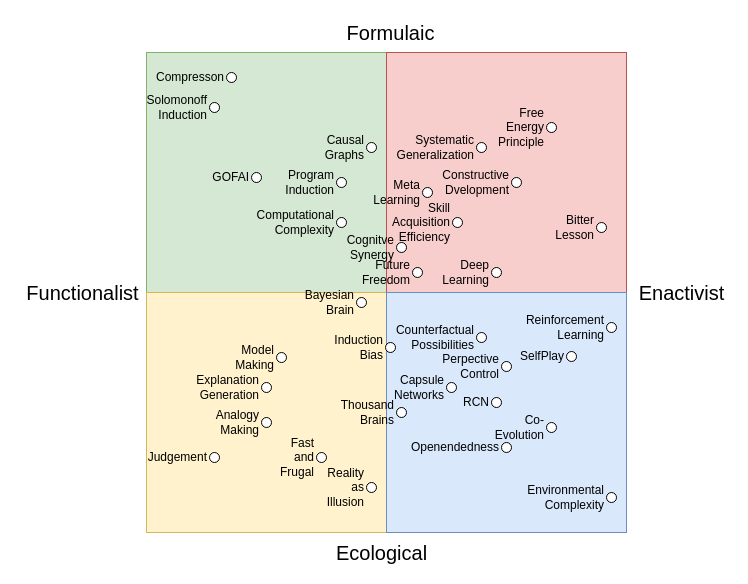
codeaudit/1 keeps this draw.io diagram as agenda_tribe.drawio. Above is the earlier version. Source tidied: cells renumbered, new cells numbered last; positions are measured from the earlier drawing's top-left corner, leaving out a move shared by most shapes. Both pictures are drawn from the tidied source at 100%, with x=0, y=0 at pixel (17, 17).
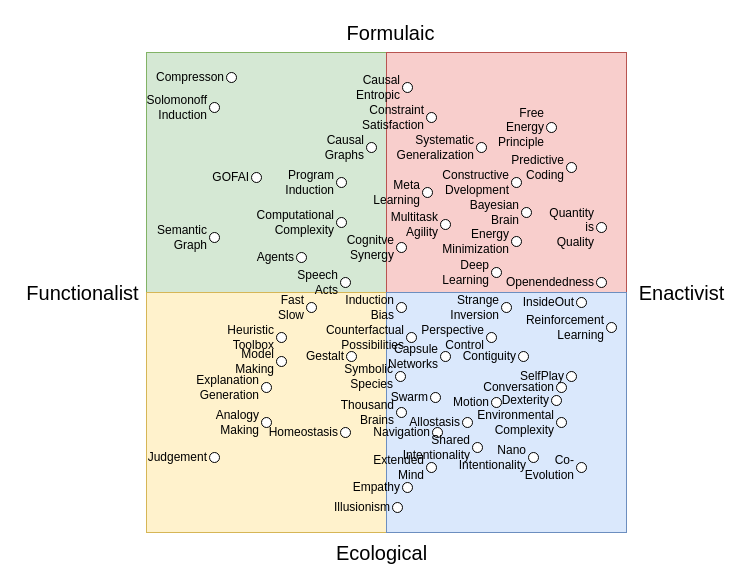
Above is the later version.

Change to the diagram source:
```diff
@@
     <mxCell id="10" value="Model Making" style="ellipse;whiteSpace=wrap;html=1;fontSize=12;labelPosition=left;verticalLabelPosition=middle;align=right;verticalAlign=middle;" parent="1" vertex="1">
-      <mxGeometry x="259" y="335" width="10" height="10" as="geometry" />
+      <mxGeometry x="259" y="339" width="10" height="10" as="geometry" />
     </mxCell>
@@
     <mxCell id="14" value="Capsule&lt;br&gt;Networks" style="ellipse;whiteSpace=wrap;html=1;fontSize=12;labelPosition=left;verticalLabelPosition=middle;align=right;verticalAlign=middle;" parent="1" vertex="1">
-      <mxGeometry x="429" y="365" width="10" height="10" as="geometry" />
+      <mxGeometry x="423" y="334" width="10" height="10" as="geometry" />
     </mxCell>
@@
     <mxCell id="16" value="Openendedness" style="ellipse;whiteSpace=wrap;html=1;fontSize=12;labelPosition=left;verticalLabelPosition=middle;align=right;verticalAlign=middle;" parent="1" vertex="1">
-      <mxGeometry x="484" y="425" width="10" height="10" as="geometry" />
+      <mxGeometry x="579" y="260" width="10" height="10" as="geometry" />
     </mxCell>
@@
-    <mxCell id="18" value="Reality as Illusion" style="ellipse;whiteSpace=wrap;html=1;fontSize=12;labelPosition=left;verticalLabelPosition=middle;align=right;verticalAlign=middle;" parent="1" vertex="1">
-      <mxGeometry x="349" y="465" width="10" height="10" as="geometry" />
+    <mxCell id="18" value="Illusionism" style="ellipse;whiteSpace=wrap;html=1;fontSize=12;labelPosition=left;verticalLabelPosition=middle;align=right;verticalAlign=middle;" parent="1" vertex="1">
+      <mxGeometry x="375" y="485" width="10" height="10" as="geometry" />
     </mxCell>
@@
-    <mxCell id="22" value="Bitter Lesson" style="ellipse;whiteSpace=wrap;html=1;fontSize=12;labelPosition=left;verticalLabelPosition=middle;align=right;verticalAlign=middle;" parent="1" vertex="1">
+    <mxCell id="22" value="Quantity is Quality" style="ellipse;whiteSpace=wrap;html=1;fontSize=12;labelPosition=left;verticalLabelPosition=middle;align=right;verticalAlign=middle;" parent="1" vertex="1">
       <mxGeometry x="579" y="205" width="10" height="10" as="geometry" />
     </mxCell>
@@
     <mxCell id="24" value="Induction Bias" style="ellipse;whiteSpace=wrap;html=1;fontSize=12;labelPosition=left;verticalLabelPosition=middle;align=right;verticalAlign=middle;" parent="1" vertex="1">
-      <mxGeometry x="368" y="325" width="10" height="10" as="geometry" />
+      <mxGeometry x="379" y="285" width="10" height="10" as="geometry" />
     </mxCell>
@@
     <mxCell id="26" value="Bayesian&lt;br&gt;Brain" style="ellipse;whiteSpace=wrap;html=1;fontSize=12;labelPosition=left;verticalLabelPosition=middle;align=right;verticalAlign=middle;" parent="1" vertex="1">
-      <mxGeometry x="339" y="280" width="10" height="10" as="geometry" />
+      <mxGeometry x="504" y="190" width="10" height="10" as="geometry" />
     </mxCell>
-    <mxCell id="27" value="Skill Acquisition Efficiency" style="ellipse;whiteSpace=wrap;html=1;fontSize=12;labelPosition=left;verticalLabelPosition=middle;align=right;verticalAlign=middle;" parent="1" vertex="1">
-      <mxGeometry x="435" y="200" width="10" height="10" as="geometry" />
+    <mxCell id="27" value="Multitask Agility" style="ellipse;whiteSpace=wrap;html=1;fontSize=12;labelPosition=left;verticalLabelPosition=middle;align=right;verticalAlign=middle;" parent="1" vertex="1">
+      <mxGeometry x="423" y="202" width="10" height="10" as="geometry" />
     </mxCell>
-    <mxCell id="28" value="RCN" style="ellipse;whiteSpace=wrap;html=1;fontSize=12;labelPosition=left;verticalLabelPosition=middle;align=right;verticalAlign=middle;" parent="1" vertex="1">
-      <mxGeometry x="474" y="380" width="10" height="10" as="geometry" />
+    <mxCell id="28" value="Contiguity" style="ellipse;whiteSpace=wrap;html=1;fontSize=12;labelPosition=left;verticalLabelPosition=middle;align=right;verticalAlign=middle;" parent="1" vertex="1">
+      <mxGeometry x="501" y="334" width="10" height="10" as="geometry" />
     </mxCell>
     <mxCell id="29" value="Co-Evolution" style="ellipse;whiteSpace=wrap;html=1;fontSize=12;labelPosition=left;verticalLabelPosition=middle;align=right;verticalAlign=middle;" parent="1" vertex="1">
-      <mxGeometry x="529" y="405" width="10" height="10" as="geometry" />
+      <mxGeometry x="559" y="445" width="10" height="10" as="geometry" />
     </mxCell>
@@
     <mxCell id="33" value="SelfPlay" style="ellipse;whiteSpace=wrap;html=1;fontSize=12;labelPosition=left;verticalLabelPosition=middle;align=right;verticalAlign=middle;" parent="1" vertex="1">
-      <mxGeometry x="549" y="334" width="10" height="10" as="geometry" />
+      <mxGeometry x="549" y="354" width="10" height="10" as="geometry" />
     </mxCell>
-    <mxCell id="34" value="Fast and Frugal" style="ellipse;whiteSpace=wrap;html=1;fontSize=12;labelPosition=left;verticalLabelPosition=middle;align=right;verticalAlign=middle;" parent="1" vertex="1">
-      <mxGeometry x="299" y="435" width="10" height="10" as="geometry" />
+    <mxCell id="34" value="Heuristic Toolbox" style="ellipse;whiteSpace=wrap;html=1;fontSize=12;labelPosition=left;verticalLabelPosition=middle;align=right;verticalAlign=middle;" parent="1" vertex="1">
+      <mxGeometry x="259" y="315" width="10" height="10" as="geometry" />
     </mxCell>
-    <mxCell id="35" value="Future Freedom" style="ellipse;whiteSpace=wrap;html=1;fontSize=12;labelPosition=left;verticalLabelPosition=middle;align=right;verticalAlign=middle;" parent="1" vertex="1">
-      <mxGeometry x="395" y="250" width="10" height="10" as="geometry" />
+    <mxCell id="35" value="Causal Entropic" style="ellipse;whiteSpace=wrap;html=1;fontSize=12;labelPosition=left;verticalLabelPosition=middle;align=right;verticalAlign=middle;" parent="1" vertex="1">
+      <mxGeometry x="385" y="65" width="10" height="10" as="geometry" />
     </mxCell>
@@
     <mxCell id="37" value="Environmental&lt;br&gt;Complexity" style="ellipse;whiteSpace=wrap;html=1;fontSize=12;labelPosition=left;verticalLabelPosition=middle;align=right;verticalAlign=middle;" parent="1" vertex="1">
-      <mxGeometry x="589" y="475" width="10" height="10" as="geometry" />
+      <mxGeometry x="539" y="400" width="10" height="10" as="geometry" />
     </mxCell>
     <mxCell id="38" value="Counterfactual&lt;br&gt;Possibilities" style="ellipse;whiteSpace=wrap;html=1;fontSize=12;labelPosition=left;verticalLabelPosition=middle;align=right;verticalAlign=middle;" parent="1" vertex="1">
-      <mxGeometry x="459" y="315" width="10" height="10" as="geometry" />
+      <mxGeometry x="389" y="315" width="10" height="10" as="geometry" />
     </mxCell>
@@
-    <mxCell id="40" value="Perpective&lt;br&gt;Control" style="ellipse;whiteSpace=wrap;html=1;fontSize=12;labelPosition=left;verticalLabelPosition=middle;align=right;verticalAlign=middle;" parent="1" vertex="1">
-      <mxGeometry x="484" y="344" width="10" height="10" as="geometry" />
+    <mxCell id="40" value="Perspective Control" style="ellipse;whiteSpace=wrap;html=1;fontSize=12;labelPosition=left;verticalLabelPosition=middle;align=right;verticalAlign=middle;" parent="1" vertex="1">
+      <mxGeometry x="469" y="315" width="10" height="10" as="geometry" />
     </mxCell>
@@
+    <mxCell id="43" value="Allostasis" style="ellipse;whiteSpace=wrap;html=1;fontSize=12;labelPosition=left;verticalLabelPosition=middle;align=right;verticalAlign=middle;" parent="1" vertex="1">
+      <mxGeometry x="445" y="400" width="10" height="10" as="geometry" />
+    </mxCell>
+    <mxCell id="44" value="Homeostasis" style="ellipse;whiteSpace=wrap;html=1;fontSize=12;labelPosition=left;verticalLabelPosition=middle;align=right;verticalAlign=middle;" parent="1" vertex="1">
+      <mxGeometry x="323" y="410" width="10" height="10" as="geometry" />
+    </mxCell>
+    <mxCell id="45" value="Conversation" style="ellipse;whiteSpace=wrap;html=1;fontSize=12;labelPosition=left;verticalLabelPosition=middle;align=right;verticalAlign=middle;" parent="1" vertex="1">
+      <mxGeometry x="539" y="365" width="10" height="10" as="geometry" />
+    </mxCell>
+    <mxCell id="46" value="Motion" style="ellipse;whiteSpace=wrap;html=1;fontSize=12;labelPosition=left;verticalLabelPosition=middle;align=right;verticalAlign=middle;" parent="1" vertex="1">
+      <mxGeometry x="474" y="380" width="10" height="10" as="geometry" />
+    </mxCell>
+    <mxCell id="47" value="Strange&lt;br&gt;Inversion" style="ellipse;whiteSpace=wrap;html=1;fontSize=12;labelPosition=left;verticalLabelPosition=middle;align=right;verticalAlign=middle;" parent="1" vertex="1">
+      <mxGeometry x="484" y="285" width="10" height="10" as="geometry" />
+    </mxCell>
+    <mxCell id="48" value="InsideOut" style="ellipse;whiteSpace=wrap;html=1;fontSize=12;labelPosition=left;verticalLabelPosition=middle;align=right;verticalAlign=middle;" parent="1" vertex="1">
+      <mxGeometry x="559" y="280" width="10" height="10" as="geometry" />
+    </mxCell>
+    <mxCell id="49" value="Predictive&lt;br&gt;Coding" style="ellipse;whiteSpace=wrap;html=1;fontSize=12;labelPosition=left;verticalLabelPosition=middle;align=right;verticalAlign=middle;" parent="1" vertex="1">
+      <mxGeometry x="549" y="145" width="10" height="10" as="geometry" />
+    </mxCell>
+    <mxCell id="50" value="Extended Mind" style="ellipse;whiteSpace=wrap;html=1;fontSize=12;labelPosition=left;verticalLabelPosition=middle;align=right;verticalAlign=middle;" parent="1" vertex="1">
+      <mxGeometry x="409" y="445" width="10" height="10" as="geometry" />
+    </mxCell>
+    <mxCell id="51" value="Nano Intentionality" style="ellipse;whiteSpace=wrap;html=1;fontSize=12;labelPosition=left;verticalLabelPosition=middle;align=right;verticalAlign=middle;" parent="1" vertex="1">
+      <mxGeometry x="511" y="435" width="10" height="10" as="geometry" />
+    </mxCell>
+    <mxCell id="52" value="Symbolic Species" style="ellipse;whiteSpace=wrap;html=1;fontSize=12;labelPosition=left;verticalLabelPosition=middle;align=right;verticalAlign=middle;" parent="1" vertex="1">
+      <mxGeometry x="378" y="354" width="10" height="10" as="geometry" />
+    </mxCell>
+    <mxCell id="53" value="Navigation" style="ellipse;whiteSpace=wrap;html=1;fontSize=12;labelPosition=left;verticalLabelPosition=middle;align=right;verticalAlign=middle;" parent="1" vertex="1">
+      <mxGeometry x="415" y="410" width="10" height="10" as="geometry" />
+    </mxCell>
+    <mxCell id="54" value="Dexterity" style="ellipse;whiteSpace=wrap;html=1;fontSize=12;labelPosition=left;verticalLabelPosition=middle;align=right;verticalAlign=middle;" parent="1" vertex="1">
+      <mxGeometry x="534" y="378" width="10" height="10" as="geometry" />
+    </mxCell>
+    <mxCell id="55" value="Fast Slow" style="ellipse;whiteSpace=wrap;html=1;fontSize=12;labelPosition=left;verticalLabelPosition=middle;align=right;verticalAlign=middle;" parent="1" vertex="1">
+      <mxGeometry x="289" y="285" width="10" height="10" as="geometry" />
+    </mxCell>
+    <mxCell id="56" value="Swarm" style="ellipse;whiteSpace=wrap;html=1;fontSize=12;labelPosition=left;verticalLabelPosition=middle;align=right;verticalAlign=middle;" parent="1" vertex="1">
+      <mxGeometry x="413" y="375" width="10" height="10" as="geometry" />
+    </mxCell>
+    <mxCell id="57" value="Agents" style="ellipse;whiteSpace=wrap;html=1;fontSize=12;labelPosition=left;verticalLabelPosition=middle;align=right;verticalAlign=middle;" parent="1" vertex="1">
+      <mxGeometry x="279" y="235" width="10" height="10" as="geometry" />
+    </mxCell>
+    <mxCell id="58" value="Speech Acts" style="ellipse;whiteSpace=wrap;html=1;fontSize=12;labelPosition=left;verticalLabelPosition=middle;align=right;verticalAlign=middle;" parent="1" vertex="1">
+      <mxGeometry x="323" y="260" width="10" height="10" as="geometry" />
+    </mxCell>
+    <mxCell id="59" value="Semantic Graph" style="ellipse;whiteSpace=wrap;html=1;fontSize=12;labelPosition=left;verticalLabelPosition=middle;align=right;verticalAlign=middle;" parent="1" vertex="1">
+      <mxGeometry x="192" y="215" width="10" height="10" as="geometry" />
+    </mxCell>
+    <mxCell id="60" value="Constraint Satisfaction" style="ellipse;whiteSpace=wrap;html=1;fontSize=12;labelPosition=left;verticalLabelPosition=middle;align=right;verticalAlign=middle;" parent="1" vertex="1">
+      <mxGeometry x="409" y="95" width="10" height="10" as="geometry" />
+    </mxCell>
+    <mxCell id="61" value="Energy Minimization" style="ellipse;whiteSpace=wrap;html=1;fontSize=12;labelPosition=left;verticalLabelPosition=middle;align=right;verticalAlign=middle;" parent="1" vertex="1">
+      <mxGeometry x="494" y="219" width="10" height="10" as="geometry" />
+    </mxCell>
+    <mxCell id="62" value="Gestalt" style="ellipse;whiteSpace=wrap;html=1;fontSize=12;labelPosition=left;verticalLabelPosition=middle;align=right;verticalAlign=middle;" parent="1" vertex="1">
+      <mxGeometry x="329" y="334" width="10" height="10" as="geometry" />
+    </mxCell>
+    <mxCell id="63" value="Shared Intentionality" style="ellipse;whiteSpace=wrap;html=1;fontSize=12;labelPosition=left;verticalLabelPosition=middle;align=right;verticalAlign=middle;" parent="1" vertex="1">
+      <mxGeometry x="455" y="425" width="10" height="10" as="geometry" />
+    </mxCell>
+    <mxCell id="64" value="Empathy" style="ellipse;whiteSpace=wrap;html=1;fontSize=12;labelPosition=left;verticalLabelPosition=middle;align=right;verticalAlign=middle;" parent="1" vertex="1">
+      <mxGeometry x="385" y="465" width="10" height="10" as="geometry" />
+    </mxCell>
```
